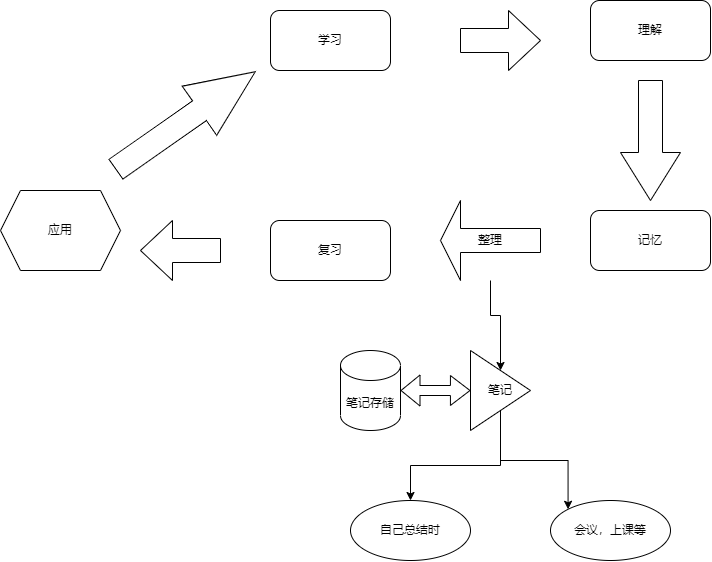
Before: 学习流程图.drawio.png, a diagram exported from draw.io (alowisdom/draw). Source tidied: cells renumbered, new cells last; positions are measured from the earlier drawing's top-left corner, leaving out a move shared by most shapes.
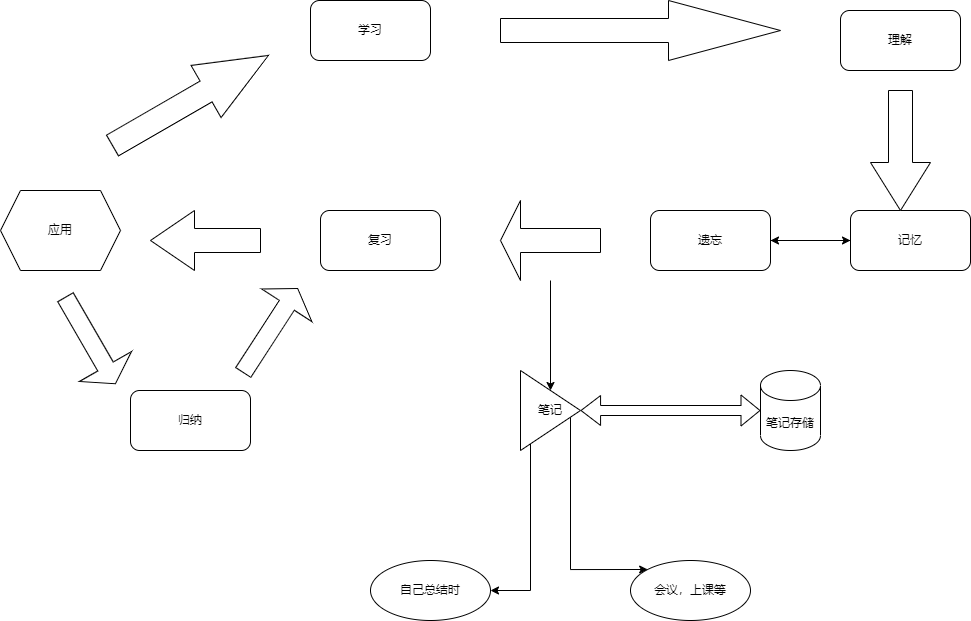
Above is the later version.

Commit message:
更新学习流程图.drawio.png

Change to the diagram source:
```diff
@@ -6,60 +6,81 @@
       <mxGeometry x="270" y="10" width="120" height="60" as="geometry" />
     </mxCell>
     <mxCell id="3" value="理解" style="rounded=1;whiteSpace=wrap;html=1;" parent="1" vertex="1">
-      <mxGeometry x="590" width="120" height="60" as="geometry" />
+      <mxGeometry x="800" y="20" width="120" height="60" as="geometry" />
     </mxCell>
+    <mxCell id="20" style="edgeStyle=orthogonalEdgeStyle;rounded=0;jettySize=auto;html=1;" parent="1" edge="1" source="4" target="25">
+      <mxGeometry relative="1" as="geometry" />
+    </mxCell>
     <mxCell id="4" value="记忆" style="rounded=1;whiteSpace=wrap;html=1;" parent="1" vertex="1">
-      <mxGeometry x="590" y="210" width="120" height="60" as="geometry" />
+      <mxGeometry x="810" y="220" width="120" height="60" as="geometry" />
     </mxCell>
     <mxCell id="5" value="复习" style="rounded=1;whiteSpace=wrap;html=1;" parent="1" vertex="1">
-      <mxGeometry x="270" y="220" width="120" height="60" as="geometry" />
+      <mxGeometry x="280" y="220" width="120" height="60" as="geometry" />
     </mxCell>
     <mxCell id="6" style="shape=singleArrow;whiteSpace=wrap;html=1;arrowWidth=0.4;arrowSize=0.4;" parent="1" vertex="1">
-      <mxGeometry x="460" y="10" width="80" height="60" as="geometry" />
+      <mxGeometry x="460" y="10" width="280" height="60" as="geometry" />
     </mxCell>
     <mxCell id="7" style="shape=singleArrow;whiteSpace=wrap;html=1;arrowWidth=0.4;arrowSize=0.4;rotation=90;" parent="1" vertex="1">
-      <mxGeometry x="590" y="110" width="120" height="60" as="geometry" />
+      <mxGeometry x="800" y="130" width="120" height="60" as="geometry" />
     </mxCell>
-    <mxCell id="8" style="shape=singleArrow;whiteSpace=wrap;html=1;arrowWidth=0.4;arrowSize=0.4;rotation=-35;" parent="1" vertex="1">
-      <mxGeometry x="100" y="90" width="170" height="60" as="geometry" />
+    <mxCell id="8" style="shape=singleArrow;whiteSpace=wrap;html=1;arrowWidth=0.4;arrowSize=0.4;rotation=-30;" parent="1" vertex="1">
+      <mxGeometry x="60" y="80" width="180" height="60" as="geometry" />
     </mxCell>
     <mxCell id="9" value="会议，上课等" style="ellipse;whiteSpace=wrap;html=1;" parent="1" vertex="1">
-      <mxGeometry x="550" y="500" width="120" height="60" as="geometry" />
+      <mxGeometry x="590" y="570" width="120" height="60" as="geometry" />
     </mxCell>
     <mxCell id="10" value="应用" style="shape=hexagon;perimeter=hexagonPerimeter2;whiteSpace=wrap;html=1;fixedSize=1;" parent="1" vertex="1">
-      <mxGeometry y="190" width="120" height="80" as="geometry" />
+      <mxGeometry x="-40" y="200" width="120" height="80" as="geometry" />
     </mxCell>
     <mxCell id="11" style="shape=singleArrow;whiteSpace=wrap;html=1;arrowWidth=0.4;arrowSize=0.4;rotation=-180;" parent="1" vertex="1">
-      <mxGeometry x="140" y="220" width="80" height="60" as="geometry" />
+      <mxGeometry x="110" y="220" width="110" height="60" as="geometry" />
     </mxCell>
     <mxCell id="12" style="edgeStyle=orthogonalEdgeStyle;rounded=0;jettySize=auto;html=1;entryX=0.5;entryY=0;entryDx=0;entryDy=0;" parent="1" edge="1" source="13" target="17">
       <mxGeometry relative="1" as="geometry" />
     </mxCell>
-    <mxCell id="13" value="整理" style="shape=singleArrow;direction=west;whiteSpace=wrap;html=1;" parent="1" vertex="1">
-      <mxGeometry x="440" y="200" width="100" height="80" as="geometry" />
+    <mxCell id="13" style="shape=singleArrow;direction=west;whiteSpace=wrap;html=1;" parent="1" vertex="1">
+      <mxGeometry x="460" y="210" width="100" height="80" as="geometry" />
     </mxCell>
     <mxCell id="14" value="自己总结时" style="ellipse;whiteSpace=wrap;html=1;" parent="1" vertex="1">
-      <mxGeometry x="350" y="500" width="120" height="60" as="geometry" />
+      <mxGeometry x="330" y="570" width="120" height="60" as="geometry" />
     </mxCell>
     <mxCell id="15" style="edgeStyle=orthogonalEdgeStyle;rounded=0;jettySize=auto;html=1;" parent="1" edge="1" source="17" target="14">
-      <mxGeometry relative="1" as="geometry" />
+      <mxGeometry relative="1" as="geometry">
+        <Array as="points">
+          <mxPoint x="490" y="600" />
+        </Array>
+      </mxGeometry>
     </mxCell>
     <mxCell id="16" style="edgeStyle=orthogonalEdgeStyle;rounded=0;jettySize=auto;html=1;entryX=0;entryY=0;entryDx=0;entryDy=0;" parent="1" edge="1" source="17" target="9">
       <mxGeometry relative="1" as="geometry">
         <Array as="points">
-          <mxPoint x="500" y="460" />
-          <mxPoint x="568" y="460" />
+          <mxPoint x="530" y="579" />
         </Array>
       </mxGeometry>
     </mxCell>
     <mxCell id="17" value="笔记" style="triangle;whiteSpace=wrap;html=1;" parent="1" vertex="1">
-      <mxGeometry x="470" y="350" width="60" height="80" as="geometry" />
+      <mxGeometry x="480" y="380" width="60" height="80" as="geometry" />
     </mxCell>
     <mxCell id="18" value="笔记存储" style="shape=cylinder3;whiteSpace=wrap;html=1;boundedLbl=1;backgroundOutline=1;size=15;" parent="1" vertex="1">
-      <mxGeometry x="340" y="350" width="60" height="80" as="geometry" />
+      <mxGeometry x="720" y="380" width="60" height="80" as="geometry" />
     </mxCell>
-    <mxCell id="19" style="shape=flexArrow;endArrow=classic;startArrow=classic;html=1;rounded=0;endWidth=18.88888888888889;endSize=6.188888888888889;exitX=1;exitY=0.5;exitDx=0;exitDy=0;exitPerimeter=0;" parent="1" edge="1" source="18" target="17">
+    <mxCell id="19" style="shape=flexArrow;endArrow=classic;startArrow=classic;html=1;rounded=0;endWidth=18.88888888888889;endSize=6.188888888888889;" parent="1" edge="1" source="18" target="17">
       <mxGeometry relative="1" as="geometry" />
     </mxCell>
+    <mxCell id="21" value="归纳" style="rounded=1;whiteSpace=wrap;html=1;" parent="1" vertex="1">
+      <mxGeometry x="90" y="400" width="120" height="60" as="geometry" />
+    </mxCell>
+    <mxCell id="22" style="shape=singleArrow;direction=south;whiteSpace=wrap;html=1;rotation=-30;" parent="1" vertex="1">
+      <mxGeometry x="20" y="300" width="60" height="100" as="geometry" />
+    </mxCell>
+    <mxCell id="23" style="shape=singleArrow;direction=north;whiteSpace=wrap;html=1;rotation=33;" parent="1" vertex="1">
+      <mxGeometry x="200" y="290" width="60" height="100" as="geometry" />
+    </mxCell>
+    <mxCell id="24" style="edgeStyle=orthogonalEdgeStyle;rounded=0;jettySize=auto;html=1;" parent="1" edge="1" source="25" target="4">
+      <mxGeometry relative="1" as="geometry" />
+    </mxCell>
+    <mxCell id="25" value="遗忘" style="rounded=1;whiteSpace=wrap;html=1;" parent="1" vertex="1">
+      <mxGeometry x="610" y="220" width="120" height="60" as="geometry" />
+    </mxCell>
   </root>
 </mxGraphModel>
```
